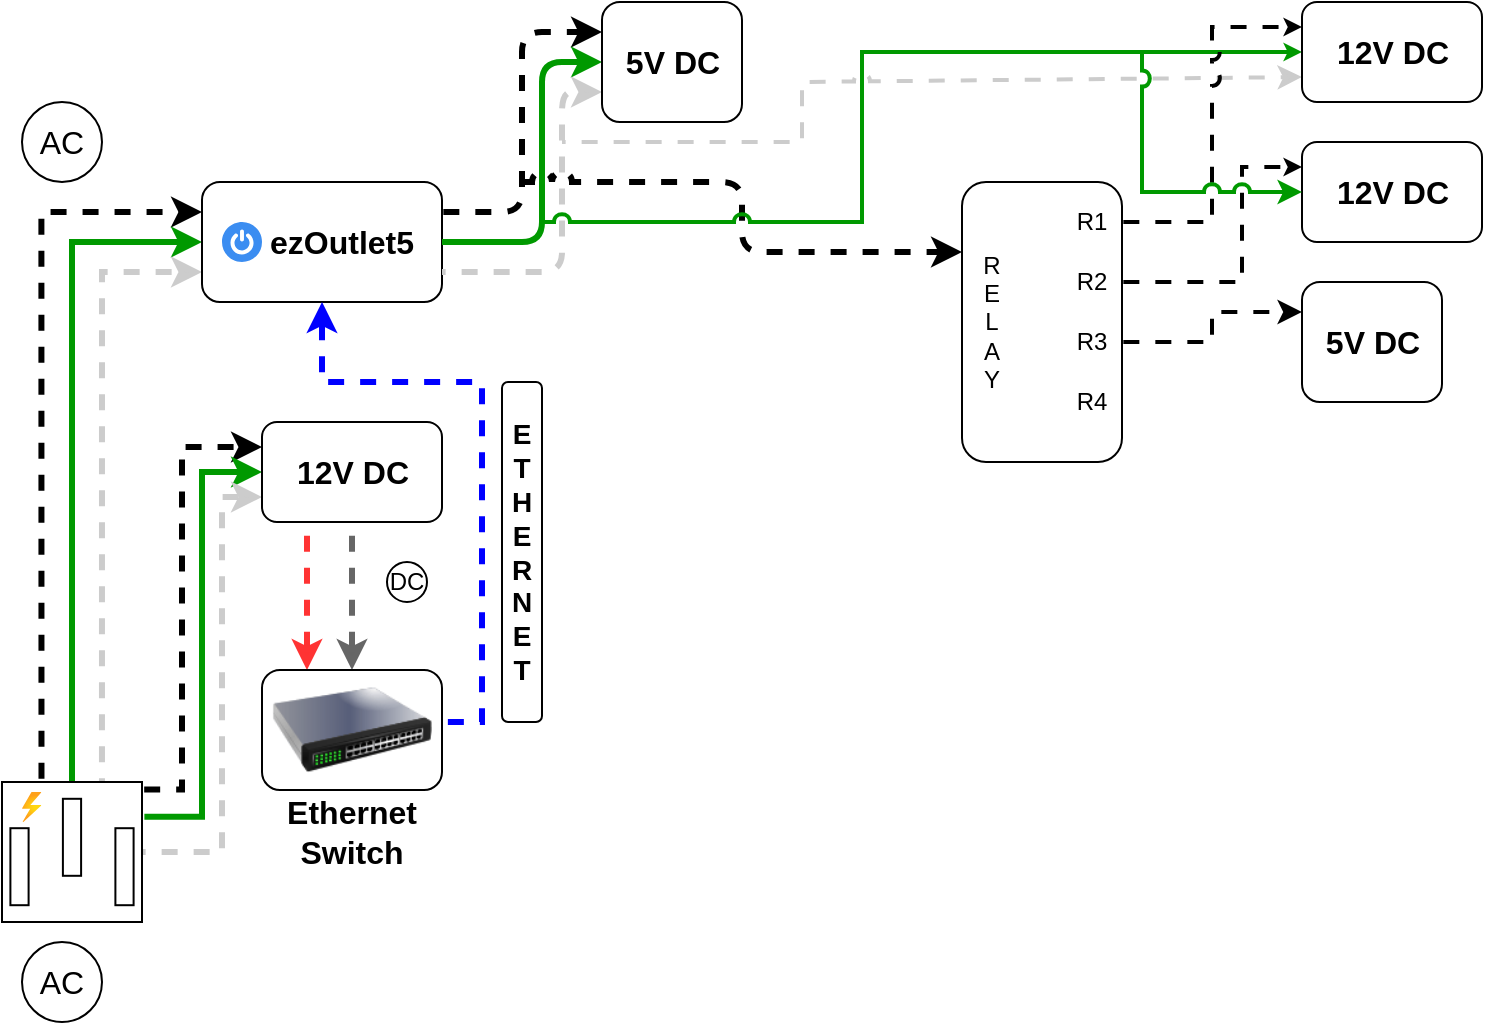
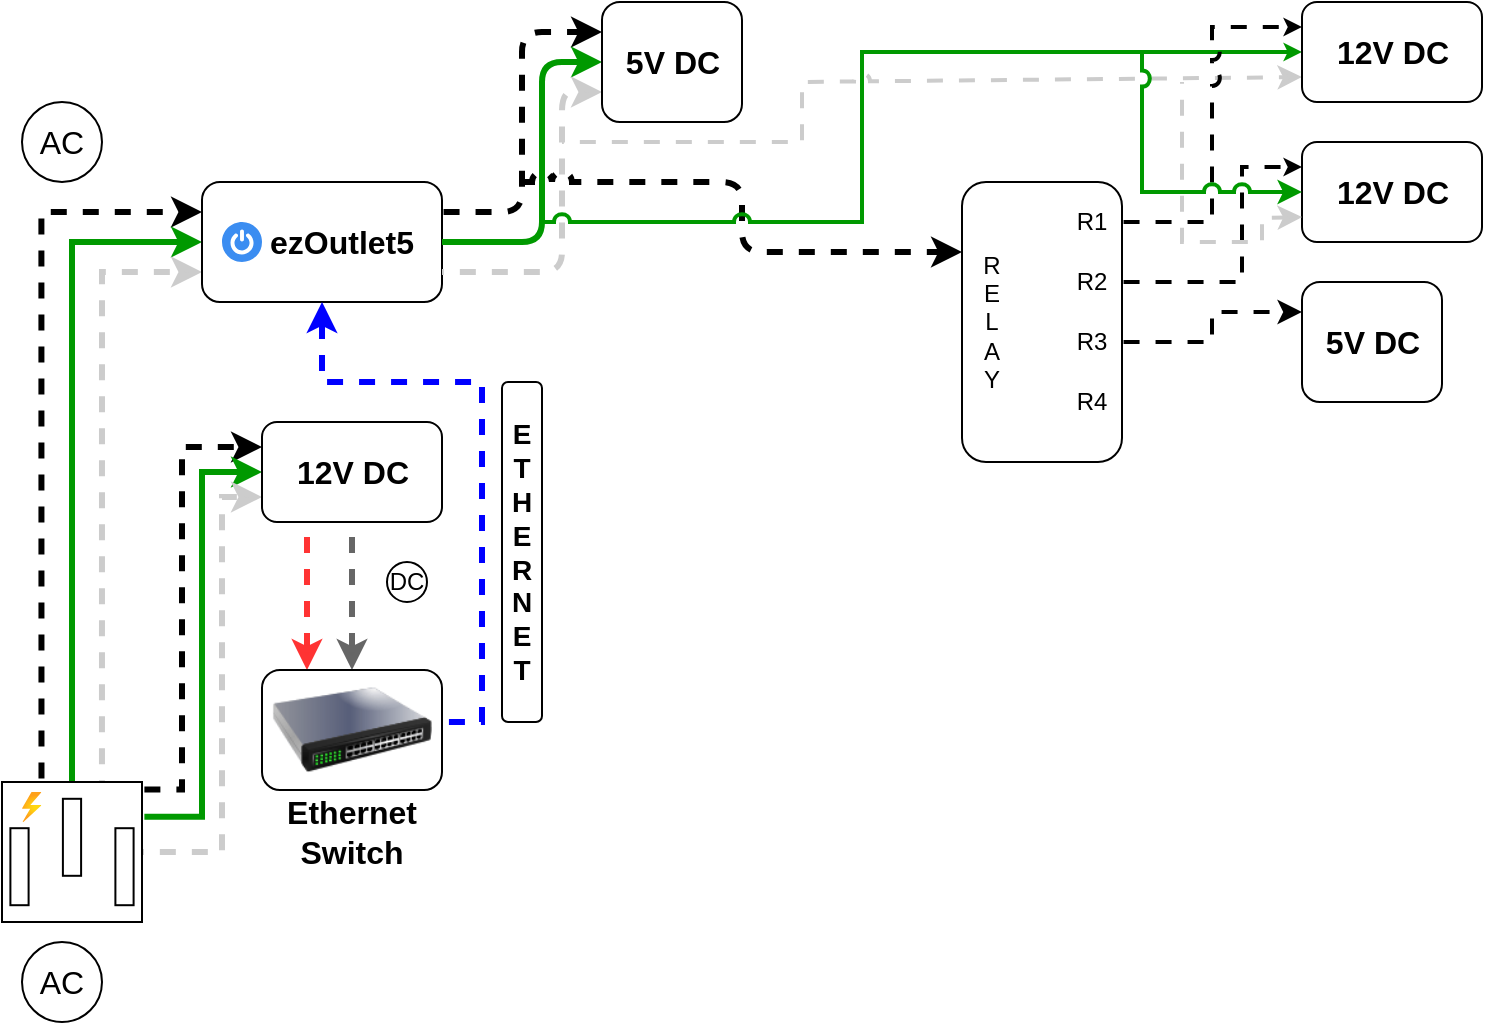
<mxfile host="app.diagrams.net" agent="Mozilla/5.0 (Windows NT 10.0; Win64; x64) AppleWebKit/537.36 (KHTML, like Gecko) Chrome/131.0.0.0 Safari/537.36 Edg/131.0.0.0" version="25.0.3">
  <diagram name="Page-1" id="VlRkN-xOVygPYa-iD9Ir">
-     <mxGraphModel dx="500" dy="313" grid="1" gridSize="10" guides="1" tooltips="1" connect="1" arrows="1" fold="1" page="1" pageScale="1" pageWidth="1169" pageHeight="827" background="none" math="0" shadow="0">
+     <mxGraphModel dx="420" dy="263" grid="1" gridSize="10" guides="1" tooltips="1" connect="1" arrows="1" fold="1" page="1" pageScale="1" pageWidth="1169" pageHeight="827" background="none" math="0" shadow="0">
      <root>
        <mxCell id="0" />
        <mxCell id="1" parent="0" />
        <mxCell id="JVLtuT8sySUBbFbLTn6r-3" style="edgeStyle=orthogonalEdgeStyle;rounded=0;orthogonalLoop=1;jettySize=auto;html=1;entryX=0;entryY=0.25;entryDx=0;entryDy=0;exitX=0.282;exitY=-0.013;exitDx=0;exitDy=0;exitPerimeter=0;strokeWidth=3;flowAnimation=1;flowAnimationDirection=alternate;flowAnimationTimingFunction=ease-in-out;flowAnimationDuration=1500;" edge="1" parent="1" source="pD8juBFKP1GN8B8eYQTb-1" target="pD8juBFKP1GN8B8eYQTb-3">
          <mxGeometry relative="1" as="geometry" />
        </mxCell>
        <mxCell id="JVLtuT8sySUBbFbLTn6r-4" style="edgeStyle=orthogonalEdgeStyle;rounded=0;orthogonalLoop=1;jettySize=auto;html=1;exitX=0.5;exitY=0;exitDx=0;exitDy=0;exitPerimeter=0;entryX=0;entryY=0.5;entryDx=0;entryDy=0;strokeColor=#009900;strokeWidth=3;" edge="1" parent="1" source="pD8juBFKP1GN8B8eYQTb-1" target="pD8juBFKP1GN8B8eYQTb-3">
          <mxGeometry relative="1" as="geometry" />
        </mxCell>
        <mxCell id="JVLtuT8sySUBbFbLTn6r-5" style="edgeStyle=orthogonalEdgeStyle;rounded=0;orthogonalLoop=1;jettySize=auto;html=1;entryX=0;entryY=0.75;entryDx=0;entryDy=0;exitX=0.714;exitY=0;exitDx=0;exitDy=0;exitPerimeter=0;strokeWidth=3;strokeColor=#CCCCCC;flowAnimation=1;flowAnimationDirection=alternate-reverse;flowAnimationTimingFunction=ease-in-out;" edge="1" parent="1" source="pD8juBFKP1GN8B8eYQTb-1" target="pD8juBFKP1GN8B8eYQTb-3">
          <mxGeometry relative="1" as="geometry">
            <mxPoint x="120" y="320" as="targetPoint" />
          </mxGeometry>
        </mxCell>
        <mxCell id="JVLtuT8sySUBbFbLTn6r-6" style="edgeStyle=orthogonalEdgeStyle;rounded=0;orthogonalLoop=1;jettySize=auto;html=1;entryX=0;entryY=0.25;entryDx=0;entryDy=0;exitX=1.006;exitY=0.054;exitDx=0;exitDy=0;exitPerimeter=0;strokeWidth=3;flowAnimation=1;flowAnimationDirection=alternate;flowAnimationTimingFunction=ease-in-out;flowAnimationDuration=1500;" edge="1" parent="1" source="pD8juBFKP1GN8B8eYQTb-1" target="pD8juBFKP1GN8B8eYQTb-24">
          <mxGeometry relative="1" as="geometry">
            <Array as="points">
              <mxPoint x="120" y="404" />
              <mxPoint x="120" y="233" />
            </Array>
          </mxGeometry>
        </mxCell>
        <mxCell id="JVLtuT8sySUBbFbLTn6r-7" style="edgeStyle=orthogonalEdgeStyle;rounded=0;orthogonalLoop=1;jettySize=auto;html=1;entryX=0;entryY=0.5;entryDx=0;entryDy=0;exitX=1.017;exitY=0.249;exitDx=0;exitDy=0;exitPerimeter=0;strokeWidth=3;strokeColor=#009900;" edge="1" parent="1" source="pD8juBFKP1GN8B8eYQTb-1" target="pD8juBFKP1GN8B8eYQTb-24">
          <mxGeometry relative="1" as="geometry" />
        </mxCell>
        <mxCell id="JVLtuT8sySUBbFbLTn6r-8" style="edgeStyle=orthogonalEdgeStyle;rounded=0;orthogonalLoop=1;jettySize=auto;html=1;entryX=0;entryY=0.75;entryDx=0;entryDy=0;strokeColor=#CCCCCC;strokeWidth=3;flowAnimation=1;flowAnimationDirection=alternate-reverse;flowAnimationTimingFunction=ease-in-out;" edge="1" parent="1" source="pD8juBFKP1GN8B8eYQTb-1" target="pD8juBFKP1GN8B8eYQTb-24">
          <mxGeometry relative="1" as="geometry">
            <Array as="points">
              <mxPoint x="140" y="435" />
              <mxPoint x="140" y="258" />
            </Array>
          </mxGeometry>
        </mxCell>
        <mxCell id="JVLtuT8sySUBbFbLTn6r-1" value="" style="group" vertex="1" connectable="0" parent="1">
          <mxGeometry x="30" y="480" width="60" height="40" as="geometry" />
        </mxCell>
        <mxCell id="pD8juBFKP1GN8B8eYQTb-22" value="AC" style="text;html=1;align=center;verticalAlign=middle;whiteSpace=wrap;rounded=0;fontSize=16;" parent="JVLtuT8sySUBbFbLTn6r-1" vertex="1">
          <mxGeometry y="5" width="60" height="30" as="geometry" />
        </mxCell>
        <mxCell id="pD8juBFKP1GN8B8eYQTb-23" value="" style="ellipse;whiteSpace=wrap;html=1;fillColor=none;" parent="JVLtuT8sySUBbFbLTn6r-1" vertex="1">
          <mxGeometry x="10" width="40" height="40" as="geometry" />
        </mxCell>
        <mxCell id="JVLtuT8sySUBbFbLTn6r-2" value="" style="group" vertex="1" connectable="0" parent="1">
          <mxGeometry x="30" y="60" width="60" height="40" as="geometry" />
        </mxCell>
        <mxCell id="pD8juBFKP1GN8B8eYQTb-9" value="" style="ellipse;whiteSpace=wrap;html=1;fillColor=none;" parent="JVLtuT8sySUBbFbLTn6r-2" vertex="1">
          <mxGeometry x="10" width="40" height="40" as="geometry" />
        </mxCell>
        <mxCell id="pD8juBFKP1GN8B8eYQTb-11" value="AC" style="text;html=1;align=center;verticalAlign=middle;whiteSpace=wrap;rounded=0;fontSize=16;" parent="JVLtuT8sySUBbFbLTn6r-2" vertex="1">
          <mxGeometry y="5" width="60" height="30" as="geometry" />
        </mxCell>
        <mxCell id="JVLtuT8sySUBbFbLTn6r-9" value="" style="group" vertex="1" connectable="0" parent="1">
          <mxGeometry x="130" y="100" width="120" height="60" as="geometry" />
        </mxCell>
        <mxCell id="JVLtuT8sySUBbFbLTn6r-16" value="" style="group" vertex="1" connectable="0" parent="JVLtuT8sySUBbFbLTn6r-9">
          <mxGeometry width="120" height="60" as="geometry" />
        </mxCell>
        <mxCell id="pD8juBFKP1GN8B8eYQTb-3" value="" style="rounded=1;whiteSpace=wrap;html=1;" parent="JVLtuT8sySUBbFbLTn6r-16" vertex="1">
          <mxGeometry width="120" height="60" as="geometry" />
        </mxCell>
        <mxCell id="JVLtuT8sySUBbFbLTn6r-13" value="" style="sketch=0;html=1;aspect=fixed;strokeColor=none;shadow=0;fillColor=#3B8DF1;verticalAlign=top;labelPosition=center;verticalLabelPosition=bottom;shape=mxgraph.gcp2.a7_power" vertex="1" parent="JVLtuT8sySUBbFbLTn6r-16">
          <mxGeometry x="10" y="20" width="20" height="20" as="geometry" />
        </mxCell>
        <mxCell id="pD8juBFKP1GN8B8eYQTb-15" value="&lt;b&gt;ezOutlet5&lt;/b&gt;" style="text;html=1;align=center;verticalAlign=middle;whiteSpace=wrap;rounded=0;fontSize=16;" parent="JVLtuT8sySUBbFbLTn6r-16" vertex="1">
          <mxGeometry x="40" y="10" width="60" height="40" as="geometry" />
        </mxCell>
        <mxCell id="JVLtuT8sySUBbFbLTn6r-11" value="" style="group" vertex="1" connectable="0" parent="1">
          <mxGeometry x="160" y="220" width="90" height="50" as="geometry" />
        </mxCell>
        <mxCell id="JVLtuT8sySUBbFbLTn6r-72" value="" style="group" vertex="1" connectable="0" parent="JVLtuT8sySUBbFbLTn6r-11">
          <mxGeometry width="90" height="50" as="geometry" />
        </mxCell>
        <mxCell id="pD8juBFKP1GN8B8eYQTb-24" value="" style="rounded=1;whiteSpace=wrap;html=1;" parent="JVLtuT8sySUBbFbLTn6r-72" vertex="1">
          <mxGeometry width="90" height="50" as="geometry" />
        </mxCell>
        <mxCell id="JVLtuT8sySUBbFbLTn6r-10" value="&lt;font style=&quot;font-size: 16px;&quot;&gt;&lt;b&gt;12V DC&lt;/b&gt;&lt;/font&gt;" style="text;html=1;align=center;verticalAlign=middle;whiteSpace=wrap;rounded=0;" vertex="1" parent="JVLtuT8sySUBbFbLTn6r-72">
          <mxGeometry x="15.75" y="10" width="58.5" height="30" as="geometry" />
        </mxCell>
        <mxCell id="JVLtuT8sySUBbFbLTn6r-18" value="" style="group" vertex="1" connectable="0" parent="1">
          <mxGeometry x="30" y="400" width="70" height="70" as="geometry" />
        </mxCell>
        <mxCell id="pD8juBFKP1GN8B8eYQTb-1" value="" style="pointerEvents=1;verticalLabelPosition=bottom;shadow=0;dashed=0;align=center;html=1;verticalAlign=top;shape=mxgraph.electrical.miscellaneous.ac_out" parent="JVLtuT8sySUBbFbLTn6r-18" vertex="1">
          <mxGeometry width="70" height="70" as="geometry" />
        </mxCell>
        <mxCell id="JVLtuT8sySUBbFbLTn6r-12" value="" style="image;aspect=fixed;html=1;points=[];align=center;fontSize=12;image=img/lib/azure2/general/Power.svg;" vertex="1" parent="JVLtuT8sySUBbFbLTn6r-18">
          <mxGeometry x="10" y="5" width="9.72" height="15" as="geometry" />
        </mxCell>
        <mxCell id="JVLtuT8sySUBbFbLTn6r-23" style="edgeStyle=orthogonalEdgeStyle;rounded=0;orthogonalLoop=1;jettySize=auto;html=1;entryX=0.25;entryY=0;entryDx=0;entryDy=0;exitX=0.25;exitY=1;exitDx=0;exitDy=0;strokeColor=#FF3333;strokeWidth=3;flowAnimation=1;" edge="1" parent="1" source="pD8juBFKP1GN8B8eYQTb-24" target="JVLtuT8sySUBbFbLTn6r-19">
          <mxGeometry relative="1" as="geometry" />
        </mxCell>
        <mxCell id="JVLtuT8sySUBbFbLTn6r-28" value="" style="group" vertex="1" connectable="0" parent="1">
          <mxGeometry x="220" y="290" width="25" height="20" as="geometry" />
        </mxCell>
        <mxCell id="JVLtuT8sySUBbFbLTn6r-26" value="" style="ellipse;whiteSpace=wrap;html=1;aspect=fixed;" vertex="1" parent="JVLtuT8sySUBbFbLTn6r-28">
          <mxGeometry x="2.5" width="20" height="20" as="geometry" />
        </mxCell>
        <mxCell id="JVLtuT8sySUBbFbLTn6r-27" value="&lt;font&gt;DC&lt;/font&gt;" style="text;html=1;align=center;verticalAlign=middle;whiteSpace=wrap;rounded=0;" vertex="1" parent="JVLtuT8sySUBbFbLTn6r-28">
          <mxGeometry y="2.5" width="25" height="15" as="geometry" />
        </mxCell>
        <mxCell id="JVLtuT8sySUBbFbLTn6r-29" style="edgeStyle=orthogonalEdgeStyle;rounded=0;orthogonalLoop=1;jettySize=auto;html=1;exitX=0.5;exitY=1;exitDx=0;exitDy=0;entryX=0.5;entryY=0;entryDx=0;entryDy=0;strokeWidth=3;flowAnimation=1;strokeColor=#666666;" edge="1" parent="1" source="pD8juBFKP1GN8B8eYQTb-24" target="JVLtuT8sySUBbFbLTn6r-19">
          <mxGeometry relative="1" as="geometry" />
        </mxCell>
        <mxCell id="JVLtuT8sySUBbFbLTn6r-30" style="edgeStyle=orthogonalEdgeStyle;rounded=0;orthogonalLoop=1;jettySize=auto;html=1;exitX=1;exitY=0.5;exitDx=0;exitDy=0;entryX=0.5;entryY=1;entryDx=0;entryDy=0;strokeColor=#0000FF;strokeWidth=3;flowAnimation=1;" edge="1" parent="1" source="JVLtuT8sySUBbFbLTn6r-19" target="pD8juBFKP1GN8B8eYQTb-3">
          <mxGeometry relative="1" as="geometry">
            <Array as="points">
              <mxPoint x="270" y="370" />
              <mxPoint x="270" y="200" />
              <mxPoint x="190" y="200" />
            </Array>
          </mxGeometry>
        </mxCell>
        <mxCell id="JVLtuT8sySUBbFbLTn6r-31" value="" style="rounded=1;whiteSpace=wrap;html=1;" vertex="1" parent="1">
          <mxGeometry x="280" y="200" width="20" height="170" as="geometry" />
        </mxCell>
        <mxCell id="JVLtuT8sySUBbFbLTn6r-32" value="&lt;b&gt;&lt;font style=&quot;font-size: 14px;&quot;&gt;E&lt;/font&gt;&lt;/b&gt;&lt;div&gt;&lt;b&gt;&lt;font style=&quot;font-size: 14px;&quot;&gt;T&lt;/font&gt;&lt;/b&gt;&lt;/div&gt;&lt;div&gt;&lt;b&gt;&lt;font style=&quot;font-size: 14px;&quot;&gt;H&lt;/font&gt;&lt;/b&gt;&lt;/div&gt;&lt;div&gt;&lt;b&gt;&lt;font style=&quot;font-size: 14px;&quot;&gt;E&lt;/font&gt;&lt;/b&gt;&lt;/div&gt;&lt;div&gt;&lt;b&gt;&lt;font style=&quot;font-size: 14px;&quot;&gt;R&lt;/font&gt;&lt;/b&gt;&lt;/div&gt;&lt;div&gt;&lt;b&gt;&lt;font style=&quot;font-size: 14px;&quot;&gt;N&lt;/font&gt;&lt;/b&gt;&lt;/div&gt;&lt;div&gt;&lt;b&gt;&lt;font style=&quot;font-size: 14px;&quot;&gt;E&lt;/font&gt;&lt;/b&gt;&lt;/div&gt;&lt;div&gt;&lt;b&gt;&lt;font style=&quot;font-size: 14px;&quot;&gt;T&lt;/font&gt;&lt;/b&gt;&lt;/div&gt;" style="text;html=1;align=center;verticalAlign=middle;whiteSpace=wrap;rounded=0;" vertex="1" parent="1">
          <mxGeometry x="275" y="180" width="30" height="210" as="geometry" />
        </mxCell>
        <mxCell id="JVLtuT8sySUBbFbLTn6r-33" value="" style="rounded=1;whiteSpace=wrap;html=1;" vertex="1" parent="1">
          <mxGeometry x="510" y="100" width="80" height="140" as="geometry" />
        </mxCell>
        <mxCell id="JVLtuT8sySUBbFbLTn6r-35" style="edgeStyle=orthogonalEdgeStyle;rounded=1;orthogonalLoop=1;jettySize=auto;html=1;exitX=1;exitY=0.25;exitDx=0;exitDy=0;entryX=0;entryY=0.25;entryDx=0;entryDy=0;curved=0;strokeWidth=3;flowAnimation=1;flowAnimationDirection=alternate;flowAnimationTimingFunction=ease-in-out;flowAnimationDuration=1500;" edge="1" parent="1" source="pD8juBFKP1GN8B8eYQTb-3" target="JVLtuT8sySUBbFbLTn6r-34">
          <mxGeometry relative="1" as="geometry" />
        </mxCell>
        <mxCell id="JVLtuT8sySUBbFbLTn6r-36" style="edgeStyle=orthogonalEdgeStyle;rounded=1;orthogonalLoop=1;jettySize=auto;html=1;exitX=1;exitY=0.5;exitDx=0;exitDy=0;entryX=0;entryY=0.5;entryDx=0;entryDy=0;curved=0;strokeWidth=3;strokeColor=#009900;" edge="1" parent="1" source="pD8juBFKP1GN8B8eYQTb-3" target="JVLtuT8sySUBbFbLTn6r-34">
          <mxGeometry relative="1" as="geometry">
            <Array as="points">
              <mxPoint x="300" y="130" />
              <mxPoint x="300" y="40" />
            </Array>
          </mxGeometry>
        </mxCell>
        <mxCell id="JVLtuT8sySUBbFbLTn6r-37" style="edgeStyle=orthogonalEdgeStyle;rounded=1;orthogonalLoop=1;jettySize=auto;html=1;exitX=1;exitY=0.75;exitDx=0;exitDy=0;entryX=0;entryY=0.75;entryDx=0;entryDy=0;curved=0;strokeColor=#CCCCCC;strokeWidth=3;flowAnimation=1;flowAnimationDirection=alternate-reverse;flowAnimationTimingFunction=ease-in-out;" edge="1" parent="1" source="pD8juBFKP1GN8B8eYQTb-3" target="JVLtuT8sySUBbFbLTn6r-34">
          <mxGeometry relative="1" as="geometry">
            <Array as="points">
              <mxPoint x="310" y="145" />
              <mxPoint x="310" y="55" />
            </Array>
          </mxGeometry>
        </mxCell>
        <mxCell id="JVLtuT8sySUBbFbLTn6r-40" value="" style="endArrow=classic;html=1;rounded=1;curved=0;entryX=0;entryY=0.25;entryDx=0;entryDy=0;jumpStyle=arc;strokeWidth=3;flowAnimation=1;flowAnimationDirection=alternate;flowAnimationTimingFunction=ease-in-out;flowAnimationDuration=1500;" edge="1" parent="1" target="JVLtuT8sySUBbFbLTn6r-33">
          <mxGeometry width="50" height="50" relative="1" as="geometry">
            <mxPoint x="290" y="100" as="sourcePoint" />
            <mxPoint x="410" y="170" as="targetPoint" />
            <Array as="points">
              <mxPoint x="400" y="100" />
              <mxPoint x="400" y="135" />
            </Array>
          </mxGeometry>
        </mxCell>
        <mxCell id="JVLtuT8sySUBbFbLTn6r-51" value="" style="group" vertex="1" connectable="0" parent="1">
          <mxGeometry x="160" y="344" width="90" height="96" as="geometry" />
        </mxCell>
        <mxCell id="JVLtuT8sySUBbFbLTn6r-21" value="" style="group" vertex="1" connectable="0" parent="JVLtuT8sySUBbFbLTn6r-51">
          <mxGeometry width="90" height="70" as="geometry" />
        </mxCell>
        <mxCell id="JVLtuT8sySUBbFbLTn6r-50" value="" style="group" vertex="1" connectable="0" parent="JVLtuT8sySUBbFbLTn6r-21">
          <mxGeometry width="90" height="70" as="geometry" />
        </mxCell>
        <mxCell id="JVLtuT8sySUBbFbLTn6r-19" value="" style="rounded=1;whiteSpace=wrap;html=1;" vertex="1" parent="JVLtuT8sySUBbFbLTn6r-50">
          <mxGeometry width="90" height="60" as="geometry" />
        </mxCell>
        <mxCell id="JVLtuT8sySUBbFbLTn6r-49" value="" style="image;html=1;image=img/lib/clip_art/networking/Switch_128x128.png" vertex="1" parent="JVLtuT8sySUBbFbLTn6r-50">
          <mxGeometry x="5" y="-10" width="80" height="80" as="geometry" />
        </mxCell>
        <mxCell id="JVLtuT8sySUBbFbLTn6r-20" value="&lt;b&gt;&lt;font style=&quot;font-size: 16px;&quot;&gt;Ethernet&lt;/font&gt;&lt;/b&gt;&lt;div&gt;&lt;b&gt;&lt;font style=&quot;font-size: 16px;&quot;&gt;Switch&lt;/font&gt;&lt;/b&gt;&lt;/div&gt;" style="text;html=1;align=center;verticalAlign=middle;whiteSpace=wrap;rounded=0;" vertex="1" parent="JVLtuT8sySUBbFbLTn6r-51">
          <mxGeometry x="15" y="66" width="60" height="30" as="geometry" />
        </mxCell>
        <mxCell id="JVLtuT8sySUBbFbLTn6r-53" value="" style="group" vertex="1" connectable="0" parent="1">
          <mxGeometry x="330" y="10" width="70" height="60" as="geometry" />
        </mxCell>
        <mxCell id="JVLtuT8sySUBbFbLTn6r-71" value="" style="group" vertex="1" connectable="0" parent="JVLtuT8sySUBbFbLTn6r-53">
          <mxGeometry width="70" height="60" as="geometry" />
        </mxCell>
        <mxCell id="JVLtuT8sySUBbFbLTn6r-34" value="" style="rounded=1;whiteSpace=wrap;html=1;" vertex="1" parent="JVLtuT8sySUBbFbLTn6r-71">
          <mxGeometry width="70" height="60" as="geometry" />
        </mxCell>
        <mxCell id="JVLtuT8sySUBbFbLTn6r-52" value="&lt;font style=&quot;font-size: 16px;&quot;&gt;&lt;b&gt;5&lt;/b&gt;&lt;/font&gt;&lt;b style=&quot;font-size: 16px; background-color: initial;&quot;&gt;V DC&lt;/b&gt;" style="text;html=1;align=center;verticalAlign=middle;whiteSpace=wrap;rounded=0;" vertex="1" parent="JVLtuT8sySUBbFbLTn6r-71">
          <mxGeometry x="5.75" y="15" width="58.5" height="30" as="geometry" />
        </mxCell>
        <mxCell id="JVLtuT8sySUBbFbLTn6r-54" value="" style="endArrow=classic;html=1;rounded=0;entryX=0;entryY=0.5;entryDx=0;entryDy=0;jumpStyle=arc;strokeColor=#009900;strokeWidth=2;endSize=3;" edge="1" parent="1" target="JVLtuT8sySUBbFbLTn6r-74">
          <mxGeometry width="50" height="50" relative="1" as="geometry">
            <mxPoint x="300" y="120" as="sourcePoint" />
            <mxPoint x="350" y="80" as="targetPoint" />
            <Array as="points">
              <mxPoint x="460" y="120" />
              <mxPoint x="460" y="35" />
            </Array>
          </mxGeometry>
        </mxCell>
        <mxCell id="JVLtuT8sySUBbFbLTn6r-55" value="" style="endArrow=classic;html=1;rounded=0;entryX=0;entryY=0.75;entryDx=0;entryDy=0;strokeColor=#CCCCCC;strokeWidth=2;jumpStyle=arc;flowAnimation=1;flowAnimationDirection=alternate-reverse;flowAnimationTimingFunction=ease-in-out;" edge="1" parent="1" target="JVLtuT8sySUBbFbLTn6r-74">
          <mxGeometry width="50" height="50" relative="1" as="geometry">
            <mxPoint x="310" y="80" as="sourcePoint" />
            <mxPoint x="350" y="140" as="targetPoint" />
            <Array as="points">
              <mxPoint x="430" y="80" />
              <mxPoint x="430" y="50" />
              <mxPoint x="520" y="50" />
            </Array>
          </mxGeometry>
        </mxCell>
        <mxCell id="JVLtuT8sySUBbFbLTn6r-56" value="R&lt;div&gt;E&lt;/div&gt;&lt;div&gt;L&lt;/div&gt;&lt;div&gt;A&lt;/div&gt;&lt;div&gt;Y&lt;/div&gt;" style="text;html=1;align=center;verticalAlign=middle;whiteSpace=wrap;rounded=0;" vertex="1" parent="1">
          <mxGeometry x="510" y="135" width="30" height="70" as="geometry" />
        </mxCell>
        <mxCell id="JVLtuT8sySUBbFbLTn6r-79" style="edgeStyle=orthogonalEdgeStyle;rounded=0;orthogonalLoop=1;jettySize=auto;html=1;exitX=1;exitY=0.5;exitDx=0;exitDy=0;entryX=0;entryY=0.25;entryDx=0;entryDy=0;strokeWidth=2;flowAnimation=1;flowAnimationDirection=alternate;flowAnimationTimingFunction=ease-in-out;flowAnimationDuration=1500;jumpStyle=arc;endSize=3;" edge="1" parent="1" source="JVLtuT8sySUBbFbLTn6r-57" target="JVLtuT8sySUBbFbLTn6r-74">
          <mxGeometry relative="1" as="geometry" />
        </mxCell>
        <mxCell id="JVLtuT8sySUBbFbLTn6r-57" value="R1" style="text;html=1;align=center;verticalAlign=middle;whiteSpace=wrap;rounded=0;" vertex="1" parent="1">
          <mxGeometry x="560" y="105" width="30" height="30" as="geometry" />
        </mxCell>
        <mxCell id="JVLtuT8sySUBbFbLTn6r-80" style="edgeStyle=orthogonalEdgeStyle;rounded=0;orthogonalLoop=1;jettySize=auto;html=1;exitX=1;exitY=0.5;exitDx=0;exitDy=0;entryX=0;entryY=0.25;entryDx=0;entryDy=0;strokeWidth=2;flowAnimation=1;flowAnimationDirection=alternate;flowAnimationTimingFunction=ease-in-out;flowAnimationDuration=1500;endSize=3;" edge="1" parent="1" source="JVLtuT8sySUBbFbLTn6r-58" target="JVLtuT8sySUBbFbLTn6r-77">
          <mxGeometry relative="1" as="geometry">
            <Array as="points">
              <mxPoint x="650" y="150" />
              <mxPoint x="650" y="93" />
            </Array>
          </mxGeometry>
        </mxCell>
        <mxCell id="JVLtuT8sySUBbFbLTn6r-58" value="R2" style="text;html=1;align=center;verticalAlign=middle;whiteSpace=wrap;rounded=0;" vertex="1" parent="1">
          <mxGeometry x="560" y="135" width="30" height="30" as="geometry" />
        </mxCell>
        <mxCell id="JVLtuT8sySUBbFbLTn6r-81" style="edgeStyle=orthogonalEdgeStyle;rounded=0;orthogonalLoop=1;jettySize=auto;html=1;exitX=1;exitY=0.5;exitDx=0;exitDy=0;entryX=0;entryY=0.25;entryDx=0;entryDy=0;strokeWidth=2;flowAnimation=1;flowAnimationDirection=alternate;flowAnimationTimingFunction=ease-in-out;flowAnimationDuration=1500;" edge="1" parent="1" source="JVLtuT8sySUBbFbLTn6r-59" target="JVLtuT8sySUBbFbLTn6r-63">
          <mxGeometry relative="1" as="geometry" />
        </mxCell>
        <mxCell id="JVLtuT8sySUBbFbLTn6r-59" value="R3" style="text;html=1;align=center;verticalAlign=middle;whiteSpace=wrap;rounded=0;" vertex="1" parent="1">
          <mxGeometry x="560" y="165" width="30" height="30" as="geometry" />
        </mxCell>
        <mxCell id="JVLtuT8sySUBbFbLTn6r-60" value="R4" style="text;html=1;align=center;verticalAlign=middle;whiteSpace=wrap;rounded=0;" vertex="1" parent="1">
          <mxGeometry x="560" y="195" width="30" height="30" as="geometry" />
        </mxCell>
        <mxCell id="JVLtuT8sySUBbFbLTn6r-67" value="" style="group" vertex="1" connectable="0" parent="1">
          <mxGeometry x="680" y="150" width="70" height="60" as="geometry" />
        </mxCell>
        <mxCell id="JVLtuT8sySUBbFbLTn6r-63" value="" style="rounded=1;whiteSpace=wrap;html=1;" vertex="1" parent="JVLtuT8sySUBbFbLTn6r-67">
          <mxGeometry width="70" height="60" as="geometry" />
        </mxCell>
        <mxCell id="JVLtuT8sySUBbFbLTn6r-62" value="" style="group" vertex="1" connectable="0" parent="JVLtuT8sySUBbFbLTn6r-67">
          <mxGeometry width="70" height="60" as="geometry" />
        </mxCell>
        <mxCell id="JVLtuT8sySUBbFbLTn6r-64" value="&lt;font style=&quot;font-size: 16px;&quot;&gt;&lt;b&gt;5&lt;/b&gt;&lt;/font&gt;&lt;b style=&quot;font-size: 16px; background-color: initial;&quot;&gt;V DC&lt;/b&gt;" style="text;html=1;align=center;verticalAlign=middle;whiteSpace=wrap;rounded=0;" vertex="1" parent="JVLtuT8sySUBbFbLTn6r-62">
          <mxGeometry x="5.75" y="15" width="58.5" height="30" as="geometry" />
        </mxCell>
        <mxCell id="JVLtuT8sySUBbFbLTn6r-73" value="" style="group" vertex="1" connectable="0" parent="1">
          <mxGeometry x="680" y="10" width="90" height="50" as="geometry" />
        </mxCell>
        <mxCell id="JVLtuT8sySUBbFbLTn6r-74" value="" style="rounded=1;whiteSpace=wrap;html=1;" vertex="1" parent="JVLtuT8sySUBbFbLTn6r-73">
          <mxGeometry width="90" height="50" as="geometry" />
        </mxCell>
        <mxCell id="JVLtuT8sySUBbFbLTn6r-75" value="&lt;font style=&quot;font-size: 16px;&quot;&gt;&lt;b&gt;12V DC&lt;/b&gt;&lt;/font&gt;" style="text;html=1;align=center;verticalAlign=middle;whiteSpace=wrap;rounded=0;" vertex="1" parent="JVLtuT8sySUBbFbLTn6r-73">
          <mxGeometry x="15.75" y="10" width="58.5" height="30" as="geometry" />
        </mxCell>
        <mxCell id="JVLtuT8sySUBbFbLTn6r-76" value="" style="group" vertex="1" connectable="0" parent="1">
          <mxGeometry x="680" y="80" width="90" height="50" as="geometry" />
        </mxCell>
        <mxCell id="JVLtuT8sySUBbFbLTn6r-77" value="" style="rounded=1;whiteSpace=wrap;html=1;" vertex="1" parent="JVLtuT8sySUBbFbLTn6r-76">
          <mxGeometry width="90" height="50" as="geometry" />
        </mxCell>
        <mxCell id="JVLtuT8sySUBbFbLTn6r-78" value="&lt;font style=&quot;font-size: 16px;&quot;&gt;&lt;b&gt;12V DC&lt;/b&gt;&lt;/font&gt;" style="text;html=1;align=center;verticalAlign=middle;whiteSpace=wrap;rounded=0;" vertex="1" parent="JVLtuT8sySUBbFbLTn6r-76">
          <mxGeometry x="15.75" y="10" width="58.5" height="30" as="geometry" />
        </mxCell>
        <mxCell id="JVLtuT8sySUBbFbLTn6r-82" value="" style="endArrow=classic;html=1;rounded=0;entryX=0;entryY=0.5;entryDx=0;entryDy=0;jumpStyle=arc;strokeColor=#009900;strokeWidth=2;" edge="1" parent="1" target="JVLtuT8sySUBbFbLTn6r-77">
          <mxGeometry width="50" height="50" relative="1" as="geometry">
            <mxPoint x="600" y="35" as="sourcePoint" />
            <mxPoint x="660" y="105" as="targetPoint" />
            <Array as="points">
              <mxPoint x="600" y="105" />
            </Array>
          </mxGeometry>
        </mxCell>
+         <mxCell id="JVLtuT8sySUBbFbLTn6r-83" value="" style="endArrow=classic;html=1;rounded=0;entryX=0;entryY=0.75;entryDx=0;entryDy=0;strokeWidth=2;strokeColor=#CCCCCC;flowAnimation=1;flowAnimationTimingFunction=ease-in-out;flowAnimationDirection=alternate-reverse;" edge="1" parent="1" target="JVLtuT8sySUBbFbLTn6r-77">
+           <mxGeometry width="50" height="50" relative="1" as="geometry">
+             <mxPoint x="620" y="50" as="sourcePoint" />
+             <mxPoint x="480" y="40" as="targetPoint" />
+             <Array as="points">
+               <mxPoint x="620" y="130" />
+               <mxPoint x="660" y="130" />
+               <mxPoint x="660" y="118" />
+             </Array>
+           </mxGeometry>
+         </mxCell>
      </root>
    </mxGraphModel>
  </diagram>
</mxfile>
